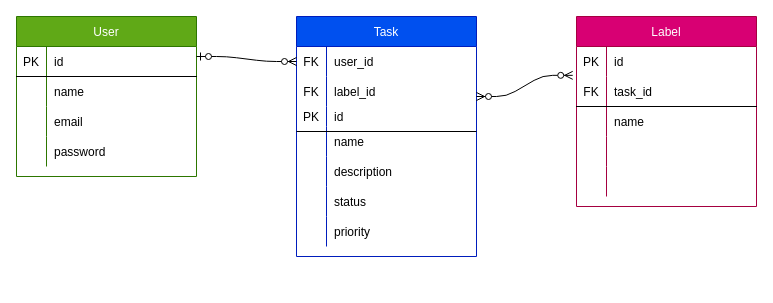
Earlier version of the draw.io diagram docs/ER.dio (daisuke-koguchi/everleaf_exam). Source tidied: cells renumbered, new cells numbered last; positions are measured from the earlier drawing's top-left corner, leaving out a move shared by most shapes. Both pictures are drawn from the tidied source at 100%, with x=0, y=0 at pixel (16, 16).
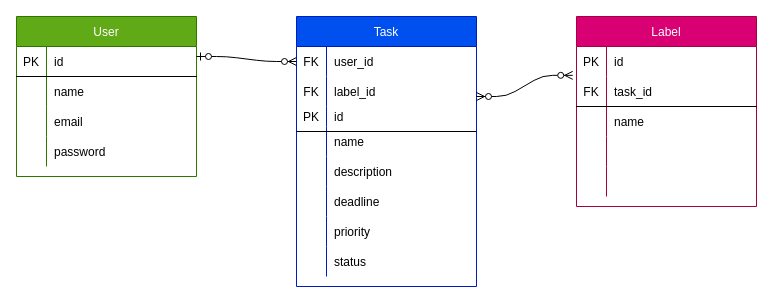
The same page after the edit.

Unchanged cells that the change refers to:
```xml
<mxCell id="31" style="shape=partialRectangle;fillColor=none;top=0;left=0;bottom=0;right=0;" parent="15" vertex="1">
  <mxGeometry y="170" width="180" height="30" as="geometry" />
</mxCell>
```

The edit, as a diff of the source:
```diff
@@
     <mxCell id="15" value="Task" style="shape=table;startSize=30;childLayout=tableLayout;rowLines=0;fontStyle=0;align=center;fillColor=#0050ef;strokeColor=#001DBC;fontColor=#ffffff;" parent="1" vertex="1">
-      <mxGeometry x="280" width="180" height="240" as="geometry" />
+      <mxGeometry x="280" width="180" height="270" as="geometry" />
     </mxCell>
@@
-    <mxCell id="33" value="status" style="shape=partialRectangle;fillColor=none;top=0;left=0;bottom=0;right=0;align=left;spacingLeft=6;overflow=hidden;" parent="31" vertex="1">
+    <mxCell id="33" value="deadline" style="shape=partialRectangle;fillColor=none;top=0;left=0;bottom=0;right=0;align=left;spacingLeft=6;overflow=hidden;" parent="31" vertex="1">
       <mxGeometry x="30" width="150" height="30" as="geometry" />
     </mxCell>
@@
+    <mxCell id="56" style="shape=partialRectangle;fillColor=none;top=0;left=0;bottom=0;right=0;" parent="15" vertex="1">
+      <mxGeometry y="230" width="180" height="30" as="geometry" />
+    </mxCell>
+    <mxCell id="57" style="shape=partialRectangle;fillColor=none;top=0;left=0;bottom=0;right=0;overflow=hidden;" parent="56" vertex="1">
+      <mxGeometry width="30" height="30" as="geometry" />
+    </mxCell>
+    <mxCell id="58" value="status" style="shape=partialRectangle;fillColor=none;top=0;left=0;bottom=0;right=0;align=left;spacingLeft=6;overflow=hidden;" parent="56" vertex="1">
+      <mxGeometry x="30" width="150" height="30" as="geometry" />
+    </mxCell>
```
